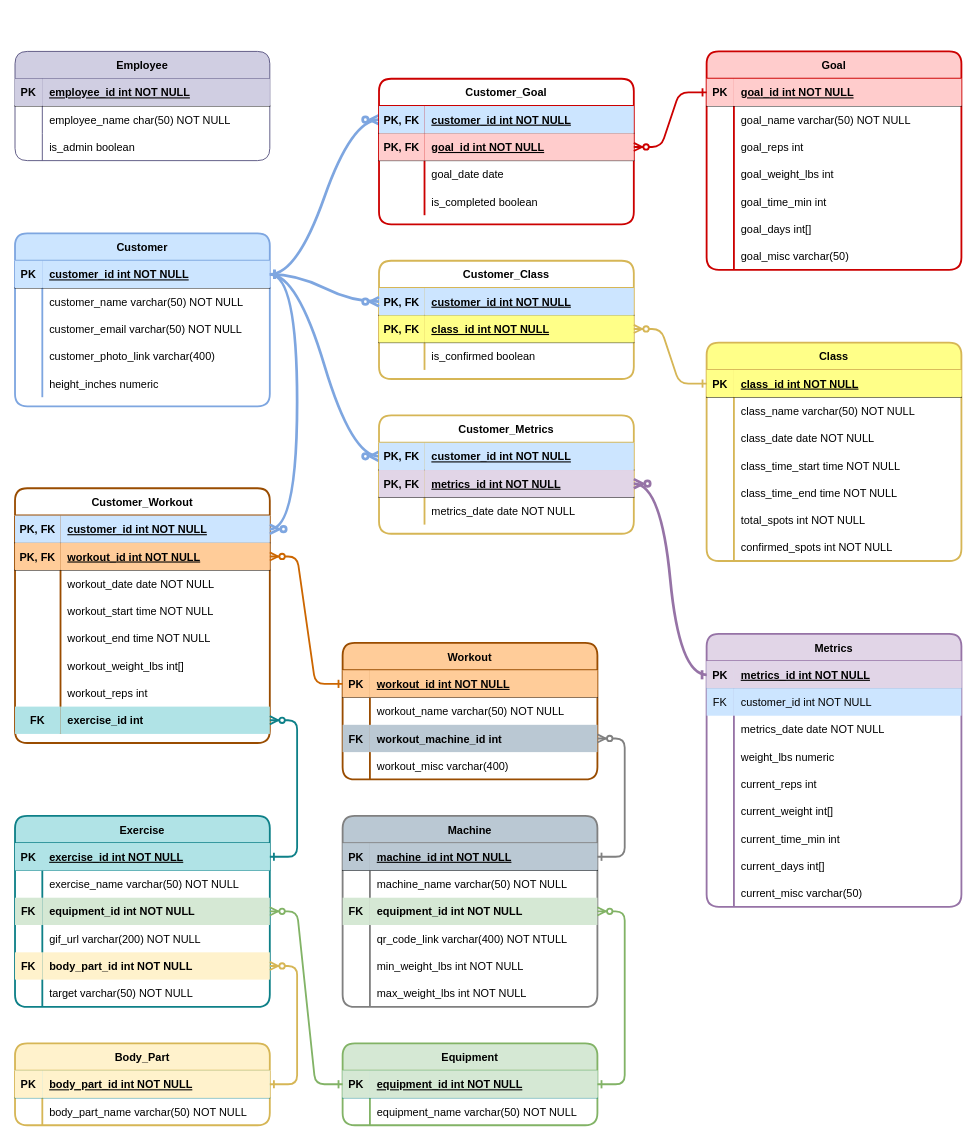
Earlier version of the draw.io diagram WorkoutCompanion.drawio (kschuljak/kschuljak). Source tidied: cells renumbered, new cells numbered last; positions are measured from the earlier drawing's top-left corner, leaving out a move shared by most shapes. Both pictures are drawn from the tidied source at 91%, with x=0, y=0 at pixel (15, 51).
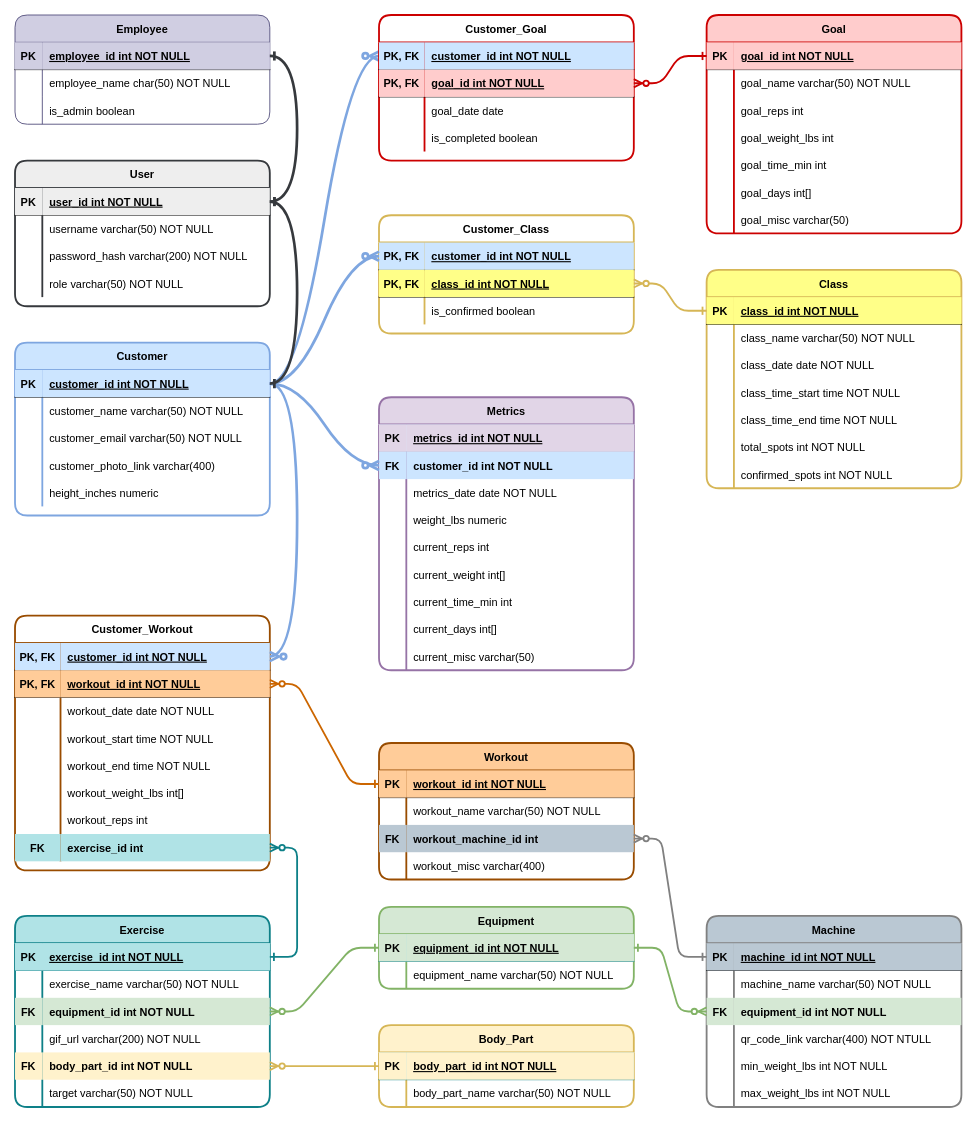
The same diagram, later.

The change refers to these unchanged cells:
```xml
<mxCell id="39" style="shape=partialRectangle;fillColor=none;points=[[0,0.5],[1,0.5]];portConstraint=eastwest;top=0;left=0;right=0;bottom=1;" parent="38" vertex="1">
  <mxGeometry y="30" width="280" height="30" as="geometry" />
</mxCell>
<mxCell id="150" style="shape=partialRectangle;fillColor=none;points=[[0,0.5],[1,0.5]];portConstraint=eastwest;top=0;left=0;right=0;bottom=1;" parent="149" vertex="1">
  <mxGeometry y="30" width="280" height="30" as="geometry" />
</mxCell>
<mxCell id="197" style="shape=partialRectangle;fillColor=#dae8fc;points=[[0,0.5],[1,0.5]];portConstraint=eastwest;top=0;left=0;right=0;bottom=1;strokeColor=#6c8ebf;" parent="196" vertex="1">
  <mxGeometry y="30" width="280" height="30" as="geometry" />
</mxCell>
<mxCell id="200" style="shape=partialRectangle;fillColor=none;points=[[0,0.5],[1,0.5]];portConstraint=eastwest;top=0;left=0;right=0;bottom=0;" parent="196" vertex="1">
  <mxGeometry y="60" width="280" height="30" as="geometry" />
</mxCell>
```

The edit, as a diff of the source:
```diff
@@
     <mxCell id="3" value="Customer_Goal" style="shape=table;startSize=30;childLayout=tableLayout;rowLines=0;fontStyle=1;align=center;rounded=1;strokeColor=#CC0000;strokeWidth=2;" parent="1" vertex="1">
-      <mxGeometry x="400" y="30" width="280" height="160" as="geometry" />
+      <mxGeometry x="400" y="-40" width="280" height="160" as="geometry" />
     </mxCell>
@@
     <mxCell id="16" value="Goal" style="shape=table;startSize=30;childLayout=tableLayout;rowLines=0;fontStyle=1;align=center;rounded=1;fillColor=#ffcccc;strokeColor=#CC0000;strokeWidth=2;" parent="1" vertex="1">
-      <mxGeometry x="760" width="280" height="240" as="geometry" />
+      <mxGeometry x="760" y="-40" width="280" height="240" as="geometry" />
     </mxCell>
@@
     <mxCell id="38" value="Customer" style="shape=table;startSize=30;childLayout=tableLayout;rowLines=0;fontStyle=1;align=center;fillColor=#cce5ff;strokeColor=#7EA6E0;rounded=1;strokeWidth=2;" parent="1" vertex="1">
-      <mxGeometry y="200" width="280" height="190" as="geometry" />
+      <mxGeometry y="320" width="280" height="190" as="geometry" />
     </mxCell>
@@
     <mxCell id="55" value="Workout" style="shape=table;startSize=30;childLayout=tableLayout;rowLines=0;fontStyle=1;align=center;rounded=1;fillColor=#ffcc99;strokeColor=#994C00;strokeWidth=2;" parent="1" vertex="1">
-      <mxGeometry x="360" y="650" width="280" height="150" as="geometry" />
+      <mxGeometry x="400" y="760" width="280" height="150" as="geometry" />
     </mxCell>
@@
     <mxCell id="68" value="Customer_Workout" style="shape=table;startSize=30;childLayout=tableLayout;rowLines=0;fontStyle=1;align=center;rounded=1;strokeColor=#994C00;strokeWidth=2;" parent="1" vertex="1">
-      <mxGeometry y="480" width="280" height="280" as="geometry" />
+      <mxGeometry y="620" width="280" height="280" as="geometry" />
     </mxCell>
@@
     <mxCell id="95" value="Class" style="shape=table;startSize=30;childLayout=tableLayout;rowLines=0;fontStyle=1;align=center;rounded=1;fillColor=#ffff88;strokeColor=#D6B656;strokeWidth=2;" parent="1" vertex="1">
-      <mxGeometry x="760" y="320" width="280" height="240" as="geometry" />
+      <mxGeometry x="760" y="240" width="280" height="240" as="geometry" />
     </mxCell>
@@
     <mxCell id="117" value="Customer_Class" style="shape=table;startSize=30;childLayout=tableLayout;rowLines=0;fontStyle=1;align=center;rounded=1;strokeWidth=2;strokeColor=#D6B656;" parent="1" vertex="1">
-      <mxGeometry x="400" y="230" width="280" height="130" as="geometry" />
+      <mxGeometry x="400" y="180" width="280" height="130" as="geometry" />
     </mxCell>
@@
     <mxCell id="129" value="Machine" style="shape=table;startSize=30;childLayout=tableLayout;rowLines=0;fontStyle=1;align=center;rounded=1;fillColor=#bac8d3;strokeColor=#808080;strokeWidth=2;" parent="1" vertex="1">
-      <mxGeometry x="360" y="840" width="280" height="210" as="geometry" />
+      <mxGeometry x="760" y="950" width="280" height="210" as="geometry" />
     </mxCell>
@@
     <mxCell id="149" value="Employee" style="shape=table;startSize=30;childLayout=tableLayout;rowLines=0;fontStyle=1;align=center;rounded=1;fillColor=#d0cee2;strokeColor=#56517e;" parent="1" vertex="1">
-      <mxGeometry width="280" height="120" as="geometry" />
+      <mxGeometry y="-40" width="280" height="120" as="geometry" />
     </mxCell>
@@
     <mxCell id="159" value="Exercise" style="shape=table;startSize=30;childLayout=tableLayout;rowLines=0;fontStyle=1;align=center;rounded=1;fillColor=#b0e3e6;strokeColor=#0e8088;strokeWidth=2;" parent="1" vertex="1">
-      <mxGeometry y="840" width="280" height="210" as="geometry" />
+      <mxGeometry y="950" width="280" height="210" as="geometry" />
     </mxCell>
@@
     <mxCell id="178" value="Equipment" style="shape=table;startSize=30;childLayout=tableLayout;rowLines=0;fontStyle=1;align=center;rounded=1;fillColor=#d5e8d4;strokeColor=#82B366;strokeWidth=2;" parent="1" vertex="1">
-      <mxGeometry x="360" y="1090" width="280" height="90" as="geometry" />
+      <mxGeometry x="400" y="940" width="280" height="90" as="geometry" />
     </mxCell>
@@
     <mxCell id="188" value="Body_Part" style="shape=table;startSize=30;childLayout=tableLayout;rowLines=0;fontStyle=1;align=center;rounded=1;fillColor=#fff2cc;strokeColor=#D6B656;strokeWidth=2;" parent="1" vertex="1">
-      <mxGeometry y="1090" width="280" height="90" as="geometry" />
+      <mxGeometry x="400" y="1070" width="280" height="90" as="geometry" />
     </mxCell>
@@
     <mxCell id="196" value="Metrics" style="shape=table;startSize=30;childLayout=tableLayout;rowLines=0;fontStyle=1;align=center;rounded=1;fillColor=#e1d5e7;strokeColor=#9673a6;strokeWidth=2;" parent="1" vertex="1">
-      <mxGeometry x="760" y="640" width="280" height="300" as="geometry" />
+      <mxGeometry x="400" y="380" width="280" height="300" as="geometry" />
     </mxCell>
@@
-    <mxCell id="201" value="FK" style="shape=partialRectangle;overflow=hidden;fillColor=#cce5ff;top=0;left=0;bottom=0;right=0;strokeColor=#36393d;" parent="200" vertex="1">
+    <mxCell id="201" value="FK" style="shape=partialRectangle;overflow=hidden;fillColor=#cce5ff;top=0;left=0;bottom=0;right=0;strokeColor=#36393d;fontStyle=1;" parent="200" vertex="1">
       <mxGeometry width="30" height="30" as="geometry" />
     </mxCell>
-    <mxCell id="202" value="customer_id int NOT NULL" style="shape=partialRectangle;overflow=hidden;fillColor=#cce5ff;top=0;left=0;bottom=0;right=0;align=left;spacingLeft=6;strokeColor=#36393d;" parent="200" vertex="1">
+    <mxCell id="202" value="customer_id int NOT NULL" style="shape=partialRectangle;overflow=hidden;fillColor=#cce5ff;top=0;left=0;bottom=0;right=0;align=left;spacingLeft=6;strokeColor=#36393d;fontStyle=1;" parent="200" vertex="1">
       <mxGeometry x="30" width="250" height="30" as="geometry" />
     </mxCell>
@@
-    <mxCell id="224" style="edgeStyle=entityRelationEdgeStyle;endArrow=ERzeroToMany;startArrow=ERone;endFill=1;startFill=0;strokeWidth=3;fillColor=#cce5ff;strokeColor=#7EA6E0;curved=1;entryX=0;entryY=0.5;entryDx=0;entryDy=0;" parent="1" edge="1" source="39" target="226">
+    <mxCell id="224" style="edgeStyle=entityRelationEdgeStyle;endArrow=ERzeroToMany;startArrow=ERone;endFill=1;startFill=0;strokeWidth=3;fillColor=#cce5ff;strokeColor=#7EA6E0;curved=1;" parent="1" edge="1" source="39" target="200">
       <mxGeometry relative="1" as="geometry" />
     </mxCell>
-    <mxCell id="225" value="Customer_Metrics" style="shape=table;startSize=30;childLayout=tableLayout;rowLines=0;fontStyle=1;align=center;rounded=1;strokeWidth=2;strokeColor=#D6B656;" parent="1" vertex="1">
-      <mxGeometry x="400" y="400" width="280" height="130" as="geometry" />
-    </mxCell>
+    <mxCell id="236" value="User" style="shape=table;startSize=30;childLayout=tableLayout;rowLines=0;fontStyle=1;align=center;fillColor=#eeeeee;strokeColor=#36393d;rounded=1;strokeWidth=2;" parent="1" vertex="1">
+      <mxGeometry y="120" width="280" height="160" as="geometry" />
+    </mxCell>
-    <mxCell id="226" style="shape=partialRectangle;fillColor=none;points=[[0,0.5],[1,0.5]];portConstraint=eastwest;top=0;left=0;right=0;bottom=1;" parent="225" vertex="1">
+    <mxCell id="226" style="shape=partialRectangle;fillColor=none;points=[[0,0.5],[1,0.5]];portConstraint=eastwest;top=0;left=0;right=0;bottom=1;" parent="236" vertex="1">
       <mxGeometry y="30" width="280" height="30" as="geometry" />
     </mxCell>
-    <mxCell id="227" value="PK, FK" style="shape=partialRectangle;overflow=hidden;fillColor=#cce5ff;top=0;left=0;bottom=0;right=0;fontStyle=1;strokeColor=#36393d;" parent="226" vertex="1">
-      <mxGeometry width="50" height="30" as="geometry" />
-    </mxCell>
-    <mxCell id="228" value="customer_id int NOT NULL" style="shape=partialRectangle;overflow=hidden;fillColor=#cce5ff;top=0;left=0;bottom=0;right=0;align=left;spacingLeft=6;fontStyle=5;strokeColor=#36393d;" parent="226" vertex="1">
-      <mxGeometry x="50" width="230" height="30" as="geometry" />
-    </mxCell>
-    <mxCell id="229" style="shape=partialRectangle;fillColor=none;points=[[0,0.5],[1,0.5]];portConstraint=eastwest;top=0;left=0;right=0;bottom=1;" parent="225" vertex="1">
-      <mxGeometry y="60" width="280" height="30" as="geometry" />
-    </mxCell>
-    <mxCell id="230" value="PK, FK" style="shape=partialRectangle;overflow=hidden;fillColor=#e1d5e7;top=0;left=0;bottom=0;right=0;fontStyle=1;strokeColor=#9673a6;" parent="229" vertex="1">
-      <mxGeometry width="50" height="30" as="geometry" />
-    </mxCell>
-    <mxCell id="231" value="metrics_id int NOT NULL" style="shape=partialRectangle;overflow=hidden;fillColor=#e1d5e7;top=0;left=0;bottom=0;right=0;align=left;spacingLeft=6;fontStyle=5;strokeColor=#9673a6;" parent="229" vertex="1">
-      <mxGeometry x="50" width="230" height="30" as="geometry" />
-    </mxCell>
+    <mxCell id="237" value="PK" style="shape=partialRectangle;overflow=hidden;fillColor=#eeeeee;top=0;left=0;bottom=0;right=0;fontStyle=1;strokeColor=#36393d;" parent="226" vertex="1">
+      <mxGeometry width="30" height="30" as="geometry" />
+    </mxCell>
+    <mxCell id="238" value="user_id int NOT NULL " style="shape=partialRectangle;overflow=hidden;fillColor=#eeeeee;top=0;left=0;bottom=0;right=0;align=left;spacingLeft=6;fontStyle=5;strokeColor=#36393d;" parent="226" vertex="1">
+      <mxGeometry x="30" width="250" height="30" as="geometry" />
+    </mxCell>
+    <mxCell id="239" style="shape=partialRectangle;fillColor=none;top=0;left=0;right=0;bottom=0;" parent="236" vertex="1">
+      <mxGeometry y="60" width="280" height="30" as="geometry" />
+    </mxCell>
+    <mxCell id="240" style="shape=partialRectangle;overflow=hidden;fillColor=none;top=0;left=0;bottom=0;right=0;" parent="239" vertex="1">
+      <mxGeometry width="30" height="30" as="geometry" />
+    </mxCell>
+    <mxCell id="241" value="username varchar(50) NOT NULL" style="shape=partialRectangle;overflow=hidden;fillColor=none;top=0;left=0;bottom=0;right=0;align=left;spacingLeft=6;" parent="239" vertex="1">
+      <mxGeometry x="30" width="250" height="30" as="geometry" />
+    </mxCell>
-    <mxCell id="232" style="shape=partialRectangle;fillColor=none;top=0;left=0;right=0;bottom=0;" parent="225" vertex="1">
+    <mxCell id="232" style="shape=partialRectangle;fillColor=none;top=0;left=0;right=0;bottom=0;" parent="236" vertex="1">
       <mxGeometry y="90" width="280" height="30" as="geometry" />
     </mxCell>
-    <mxCell id="233" style="shape=partialRectangle;overflow=hidden;fillColor=none;top=0;left=0;bottom=0;right=0;fontStyle=1;" parent="232" vertex="1">
-      <mxGeometry width="50" height="30" as="geometry" />
-    </mxCell>
-    <mxCell id="234" value="metrics_date date NOT NULL" style="shape=partialRectangle;overflow=hidden;fillColor=none;top=0;left=0;bottom=0;right=0;align=left;spacingLeft=6;fontStyle=0;" parent="232" vertex="1">
-      <mxGeometry x="50" width="230" height="30" as="geometry" />
-    </mxCell>
-    <mxCell id="235" style="edgeStyle=entityRelationEdgeStyle;endArrow=ERzeroToMany;startArrow=ERone;endFill=1;startFill=0;strokeWidth=3;fillColor=#e1d5e7;strokeColor=#9673a6;curved=1;" parent="1" edge="1" source="197" target="229">
-      <mxGeometry relative="1" as="geometry" />
-    </mxCell>
+    <mxCell id="242" style="shape=partialRectangle;overflow=hidden;fillColor=none;top=0;left=0;bottom=0;right=0;" parent="232" vertex="1">
+      <mxGeometry width="30" height="30" as="geometry" />
+    </mxCell>
+    <mxCell id="243" value="password_hash varchar(200) NOT NULL" style="shape=partialRectangle;overflow=hidden;fillColor=none;top=0;left=0;bottom=0;right=0;align=left;spacingLeft=6;" parent="232" vertex="1">
+      <mxGeometry x="30" width="250" height="30" as="geometry" />
+    </mxCell>
+    <mxCell id="244" style="shape=partialRectangle;fillColor=none;top=0;left=0;right=0;bottom=0;" parent="236" vertex="1">
+      <mxGeometry y="120" width="280" height="30" as="geometry" />
+    </mxCell>
+    <mxCell id="245" style="shape=partialRectangle;overflow=hidden;fillColor=none;top=0;left=0;bottom=0;right=0;" parent="244" vertex="1">
+      <mxGeometry width="30" height="30" as="geometry" />
+    </mxCell>
+    <mxCell id="246" value="role varchar(50) NOT NULL" style="shape=partialRectangle;overflow=hidden;fillColor=none;top=0;left=0;bottom=0;right=0;align=left;spacingLeft=6;" parent="244" vertex="1">
+      <mxGeometry x="30" width="250" height="30" as="geometry" />
+    </mxCell>
+    <mxCell id="247" style="edgeStyle=entityRelationEdgeStyle;endArrow=ERone;startArrow=ERone;endFill=0;startFill=0;strokeWidth=3;fillColor=#eeeeee;strokeColor=#36393d;curved=1;exitX=1;exitY=0.5;exitDx=0;exitDy=0;" parent="1" edge="1" source="226" target="150">
+      <mxGeometry relative="1" as="geometry" />
+    </mxCell>
+    <mxCell id="248" style="edgeStyle=entityRelationEdgeStyle;endArrow=ERone;startArrow=ERone;endFill=0;startFill=0;strokeWidth=3;fillColor=#eeeeee;strokeColor=#36393d;curved=1;" parent="1" edge="1" source="39" target="226">
+      <mxGeometry relative="1" as="geometry" />
+    </mxCell>
```
